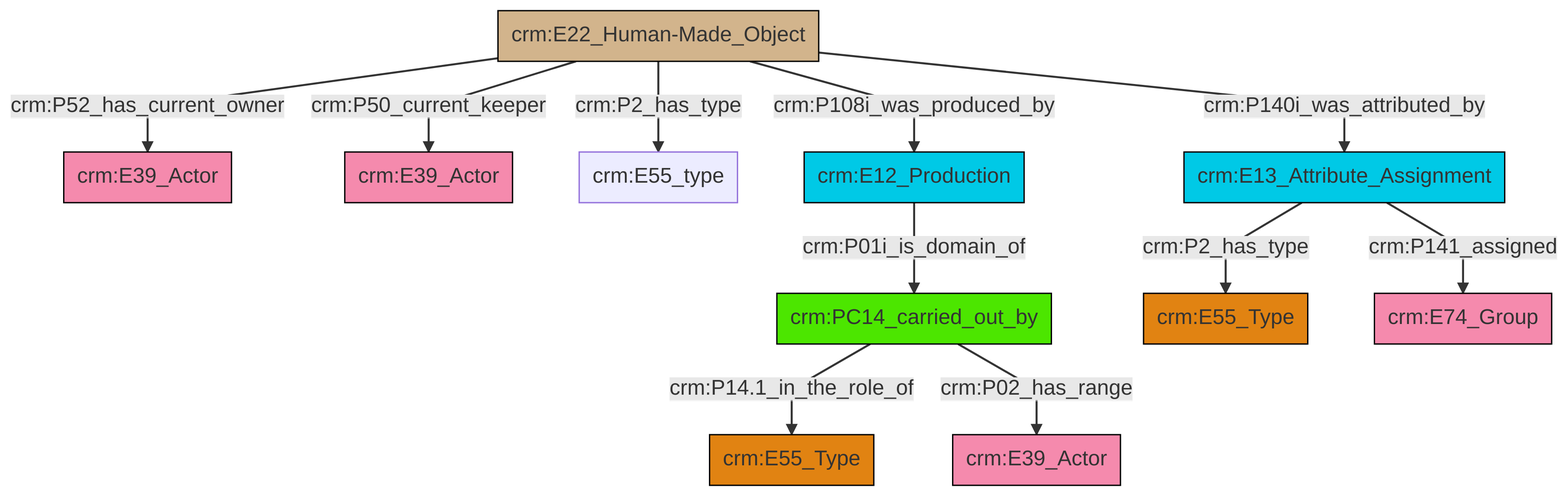
swiss-art-research-net/reference-data-models keeps this Mermaid diagram as et/artworkCSV/ttl/mmd/png/Artwork_Actor_Relations.png. Above is the earlier version. Its source is kept beside it as et/artworkCSV/ttl/mmd/Artwork_Actor_Relations.ttl.mmd.
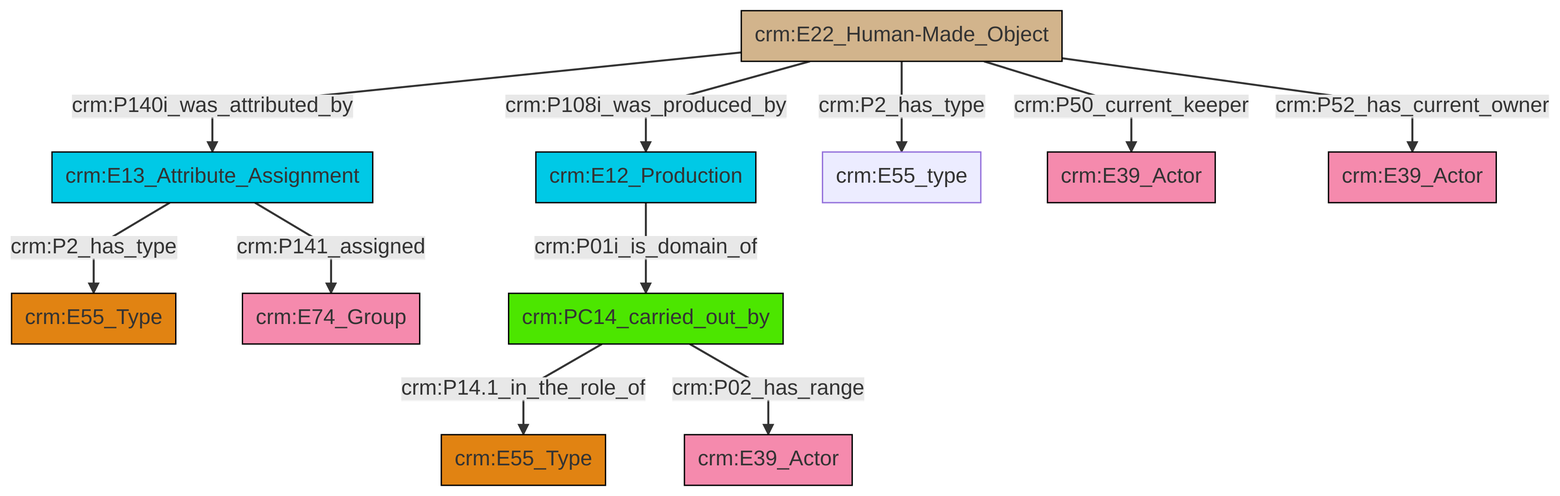
Later version of the same file.

What changed in the source:
```diff
@@ -13,13 +13,13 @@
 classDef PC_Classes fill:#4ce600, stroke:#000000;
 classDef Multi fill:#cccccc,stroke:#000000;
 
-12["crm:PC14_carried_out_by"]:::PC_Classes -->|crm:P14.1_in_the_role_of| 2["crm:E55_Type"]:::Type
-0["crm:E13_Attribute_Assignment"]:::Temporal_Entity -->|crm:P2_has_type| 6["crm:E55_Type"]:::Type
-14["crm:E22_Human-Made_Object"]:::Physical_Thing -->|crm:P52_has_current_owner| 8["crm:E39_Actor"]:::Actor
-0["crm:E13_Attribute_Assignment"]:::Temporal_Entity -->|crm:P141_assigned| 17["crm:E74_Group"]:::Actor
-14["crm:E22_Human-Made_Object"]:::Physical_Thing -->|crm:P50_current_keeper| 10["crm:E39_Actor"]:::Actor
-12["crm:PC14_carried_out_by"]:::PC_Classes -->|crm:P02_has_range| 19["crm:E39_Actor"]:::Actor
-14["crm:E22_Human-Made_Object"]:::Physical_Thing -->|crm:P2_has_type| 4["crm:E55_type"]:::Default
-21["crm:E12_Production"]:::Temporal_Entity -->|crm:P01i_is_domain_of| 12["crm:PC14_carried_out_by"]:::PC_Classes
-14["crm:E22_Human-Made_Object"]:::Physical_Thing -->|crm:P108i_was_produced_by| 21["crm:E12_Production"]:::Temporal_Entity
-14["crm:E22_Human-Made_Object"]:::Physical_Thing -->|crm:P140i_was_attributed_by| 0["crm:E13_Attribute_Assignment"]:::Temporal_Entity
+8["crm:E13_Attribute_Assignment"]:::Temporal_Entity -->|crm:P2_has_type| 0["crm:E55_Type"]:::Type
+12["crm:E22_Human-Made_Object"]:::Physical_Thing -->|crm:P140i_was_attributed_by| 8["crm:E13_Attribute_Assignment"]:::Temporal_Entity
+12["crm:E22_Human-Made_Object"]:::Physical_Thing -->|crm:P2_has_type| 13["crm:E55_type"]:::Default
+14["crm:PC14_carried_out_by"]:::PC_Classes -->|crm:P14.1_in_the_role_of| 4["crm:E55_Type"]:::Type
+14["crm:PC14_carried_out_by"]:::PC_Classes -->|crm:P02_has_range| 9["crm:E39_Actor"]:::Actor
+2["crm:E12_Production"]:::Temporal_Entity -->|crm:P01i_is_domain_of| 14["crm:PC14_carried_out_by"]:::PC_Classes
+12["crm:E22_Human-Made_Object"]:::Physical_Thing -->|crm:P108i_was_produced_by| 2["crm:E12_Production"]:::Temporal_Entity
+12["crm:E22_Human-Made_Object"]:::Physical_Thing -->|crm:P50_current_keeper| 16["crm:E39_Actor"]:::Actor
+12["crm:E22_Human-Made_Object"]:::Physical_Thing -->|crm:P52_has_current_owner| 18["crm:E39_Actor"]:::Actor
+8["crm:E13_Attribute_Assignment"]:::Temporal_Entity -->|crm:P141_assigned| 6["crm:E74_Group"]:::Actor
```
